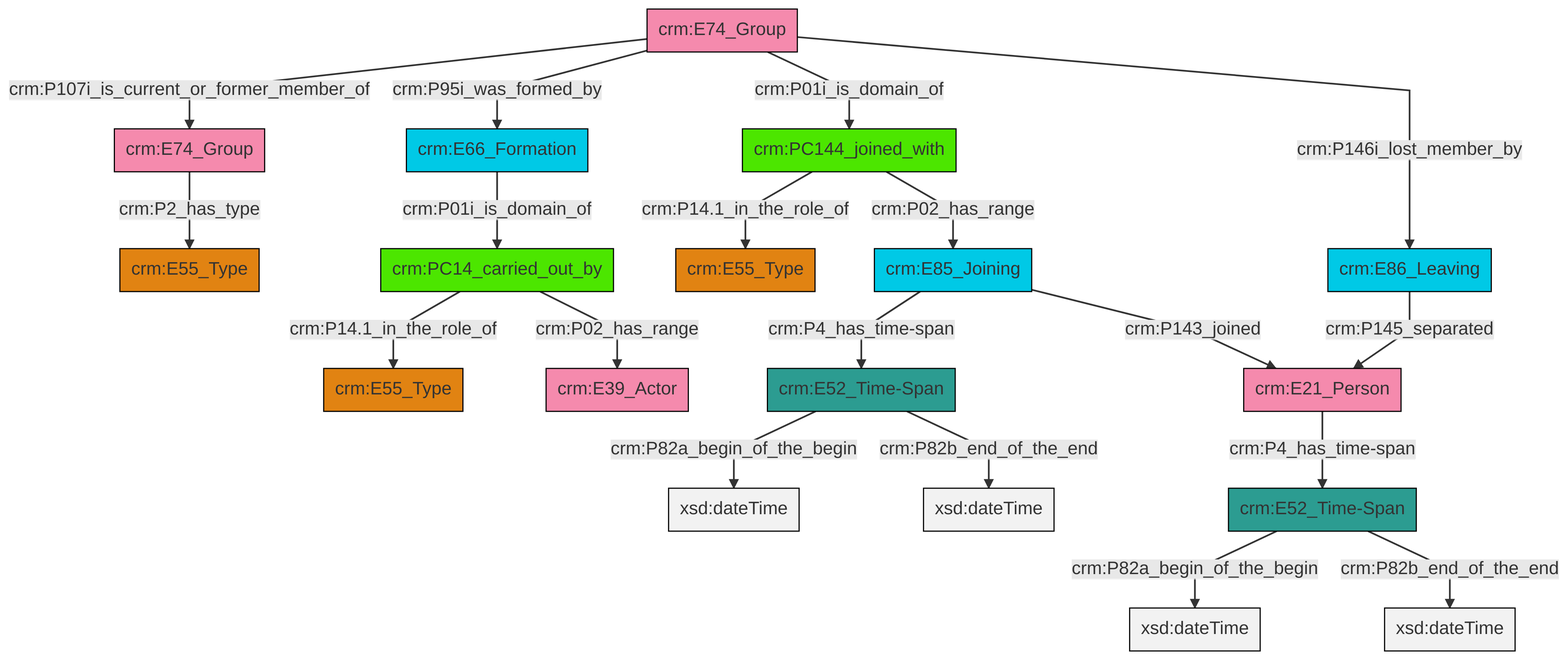
Earlier version of the Mermaid export et/groupCSV/ttl/mmd/png/group_actor_relations.png (swiss-art-research-net/docs.swissartresearch). Its source is kept beside it as et/groupCSV/ttl/mmd/group_actor_relations.ttl.mmd.
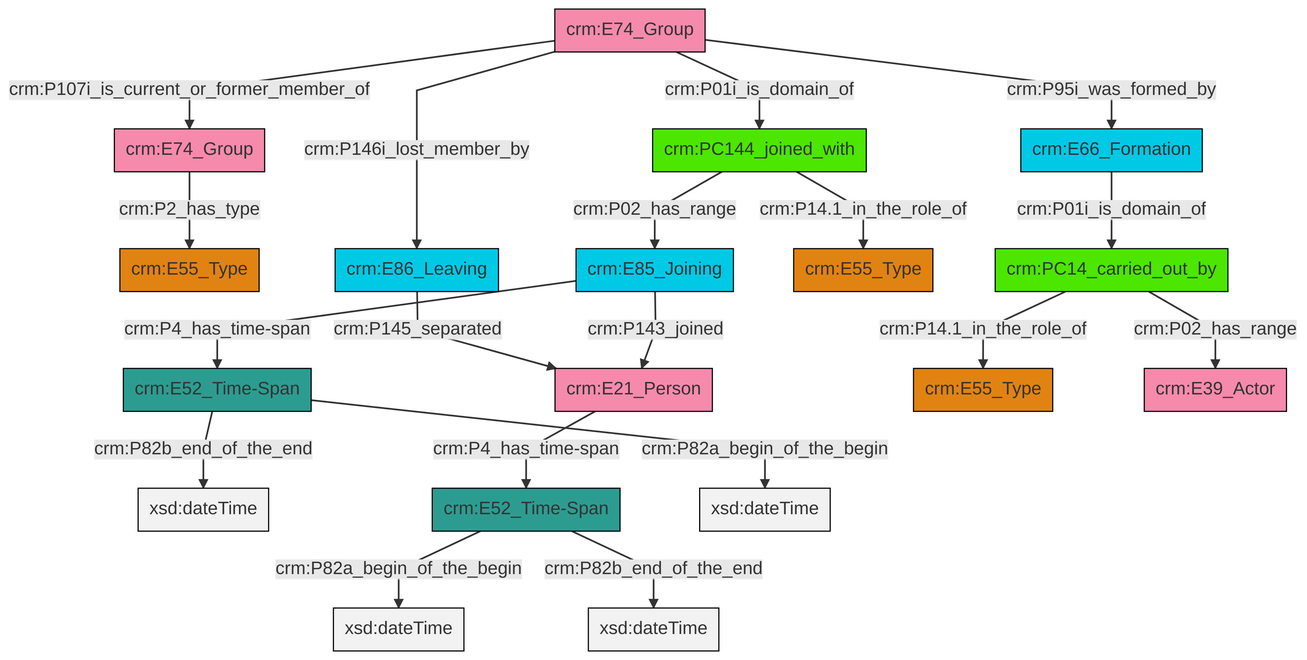
The same diagram one commit later.

Diff of the diagram source:
```diff
@@ -13,21 +13,21 @@
 classDef PC_Classes fill:#4ce600, stroke:#000000;
 classDef Multi fill:#cccccc,stroke:#000000;
 
-2["crm:E86_Leaving"]:::Temporal_Entity -->|crm:P145_separated| 3["crm:E21_Person"]:::Actor
-6["crm:E52_Time-Span"]:::Time-Span -->|crm:P82a_begin_of_the_begin| 7[xsd:dateTime]:::Literal
-8["crm:E66_Formation"]:::Temporal_Entity -->|crm:P01i_is_domain_of| 9["crm:PC14_carried_out_by"]:::PC_Classes
-10["crm:E85_Joining"]:::Temporal_Entity -->|crm:P4_has_time-span| 6["crm:E52_Time-Span"]:::Time-Span
-10["crm:E85_Joining"]:::Temporal_Entity -->|crm:P143_joined| 3["crm:E21_Person"]:::Actor
-0["crm:E74_Group"]:::Actor -->|crm:P107i_is_current_or_former_member_of| 19["crm:E74_Group"]:::Actor
-11["crm:PC144_joined_with"]:::PC_Classes -->|crm:P14.1_in_the_role_of| 4["crm:E55_Type"]:::Type
-19["crm:E74_Group"]:::Actor -->|crm:P2_has_type| 23["crm:E55_Type"]:::Type
-3["crm:E21_Person"]:::Actor -->|crm:P4_has_time-span| 13["crm:E52_Time-Span"]:::Time-Span
-0["crm:E74_Group"]:::Actor -->|crm:P95i_was_formed_by| 8["crm:E66_Formation"]:::Temporal_Entity
-6["crm:E52_Time-Span"]:::Time-Span -->|crm:P82b_end_of_the_end| 26[xsd:dateTime]:::Literal
-9["crm:PC14_carried_out_by"]:::PC_Classes -->|crm:P14.1_in_the_role_of| 15["crm:E55_Type"]:::Type
-13["crm:E52_Time-Span"]:::Time-Span -->|crm:P82a_begin_of_the_begin| 28[xsd:dateTime]:::Literal
-0["crm:E74_Group"]:::Actor -->|crm:P01i_is_domain_of| 11["crm:PC144_joined_with"]:::PC_Classes
-13["crm:E52_Time-Span"]:::Time-Span -->|crm:P82b_end_of_the_end| 32[xsd:dateTime]:::Literal
-9["crm:PC14_carried_out_by"]:::PC_Classes -->|crm:P02_has_range| 17["crm:E39_Actor"]:::Actor
-0["crm:E74_Group"]:::Actor -->|crm:P146i_lost_member_by| 2["crm:E86_Leaving"]:::Temporal_Entity
-11["crm:PC144_joined_with"]:::PC_Classes -->|crm:P02_has_range| 10["crm:E85_Joining"]:::Temporal_Entity
+2["crm:E74_Group"]:::Actor -->|crm:P107i_is_current_or_former_member_of| 3["crm:E74_Group"]:::Actor
+2["crm:E74_Group"]:::Actor -->|crm:P01i_is_domain_of| 5["crm:PC144_joined_with"]:::PC_Classes
+6["crm:E85_Joining"]:::Temporal_Entity -->|crm:P143_joined| 7["crm:E21_Person"]:::Actor
+8["crm:E52_Time-Span"]:::Time-Span -->|crm:P82b_end_of_the_end| 9[xsd:dateTime]:::Literal
+10["crm:PC14_carried_out_by"]:::PC_Classes -->|crm:P14.1_in_the_role_of| 11["crm:E55_Type"]:::Type
+15["crm:E66_Formation"]:::Temporal_Entity -->|crm:P01i_is_domain_of| 10["crm:PC14_carried_out_by"]:::PC_Classes
+3["crm:E74_Group"]:::Actor -->|crm:P2_has_type| 0["crm:E55_Type"]:::Type
+21["crm:E52_Time-Span"]:::Time-Span -->|crm:P82a_begin_of_the_begin| 22[xsd:dateTime]:::Literal
+21["crm:E52_Time-Span"]:::Time-Span -->|crm:P82b_end_of_the_end| 23[xsd:dateTime]:::Literal
+10["crm:PC14_carried_out_by"]:::PC_Classes -->|crm:P02_has_range| 25["crm:E39_Actor"]:::Actor
+2["crm:E74_Group"]:::Actor -->|crm:P95i_was_formed_by| 15["crm:E66_Formation"]:::Temporal_Entity
+5["crm:PC144_joined_with"]:::PC_Classes -->|crm:P14.1_in_the_role_of| 12["crm:E55_Type"]:::Type
+6["crm:E85_Joining"]:::Temporal_Entity -->|crm:P4_has_time-span| 8["crm:E52_Time-Span"]:::Time-Span
+2["crm:E74_Group"]:::Actor -->|crm:P146i_lost_member_by| 16["crm:E86_Leaving"]:::Temporal_Entity
+16["crm:E86_Leaving"]:::Temporal_Entity -->|crm:P145_separated| 7["crm:E21_Person"]:::Actor
+8["crm:E52_Time-Span"]:::Time-Span -->|crm:P82a_begin_of_the_begin| 29[xsd:dateTime]:::Literal
+5["crm:PC144_joined_with"]:::PC_Classes -->|crm:P02_has_range| 6["crm:E85_Joining"]:::Temporal_Entity
+7["crm:E21_Person"]:::Actor -->|crm:P4_has_time-span| 21["crm:E52_Time-Span"]:::Time-Span
```
